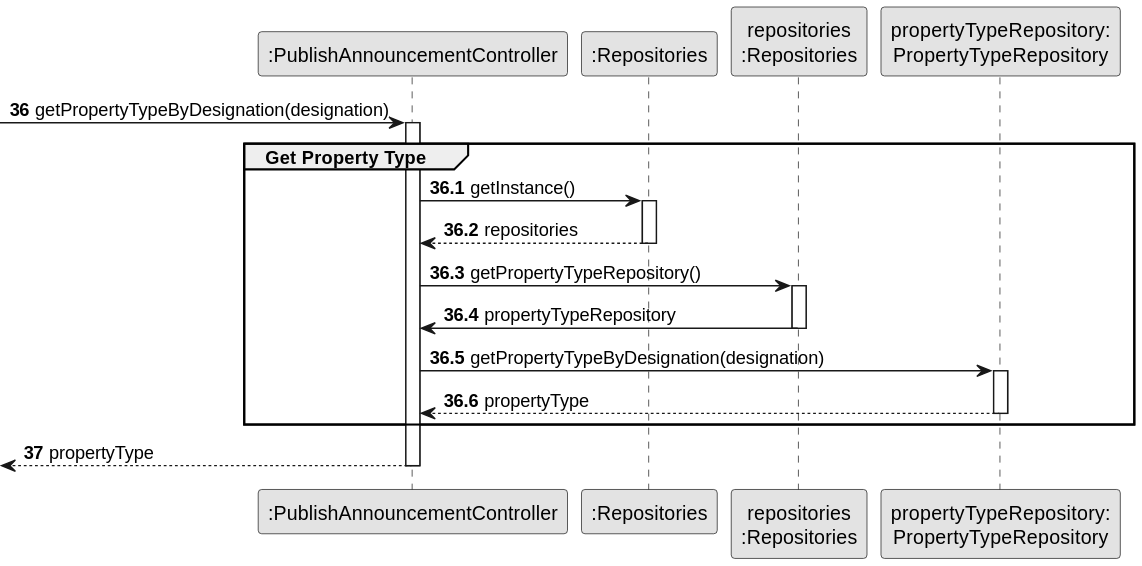
rita-barbosa/LAPR2-2223 keeps this PlantUML diagram as docs/sprintD/us002/03.design/svg/us002-sequence-diagram-partial-get-property-type.svg. Above is the earlier version. The source it was exported from:
```plantuml
@startuml
skinparam monochrome true
skinparam packageStyle rectangle
skinparam shadowing false

participant ":PublishAnnouncementController" as CTRL
participant ":Repositories" as RepositorySingleton
participant "repositories\n:Repositories" as PLAT
participant "propertyTypeRepository:\nPropertyTypeRepository" as PropertyTypeRepository

autonumber 36
-> CTRL : getPropertyTypeByDesignation(designation)

autonumber 36.1

activate CTRL
    group Get Property Type
        CTRL -> RepositorySingleton : getInstance()
        activate RepositorySingleton

            RepositorySingleton --> CTRL: repositories
        deactivate RepositorySingleton

        CTRL -> PLAT : getPropertyTypeRepository()
        activate PLAT

            PLAT -> CTRL : propertyTypeRepository
        deactivate PLAT

        CTRL -> PropertyTypeRepository : getPropertyTypeByDesignation(designation)
        activate PropertyTypeRepository

        PropertyTypeRepository --> CTRL : propertyType
        deactivate PropertyTypeRepository

    end group

    autonumber 37
    <-- CTRL : propertyType

deactivate CTRL
@enduml
```
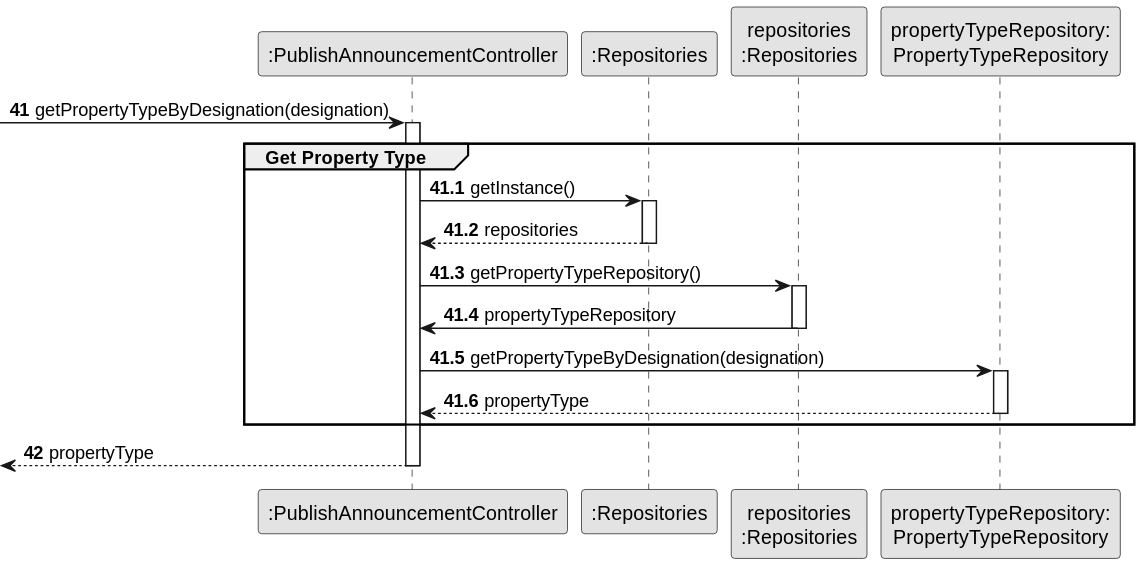
The same file after the commit.

Change to the diagram source:
```diff
@@ -8,10 +8,10 @@
 participant "repositories\n:Repositories" as PLAT
 participant "propertyTypeRepository:\nPropertyTypeRepository" as PropertyTypeRepository
 
-autonumber 36
+autonumber 41
 -> CTRL : getPropertyTypeByDesignation(designation)
 
-autonumber 36.1
+autonumber 41.1
 
 activate CTRL
     group Get Property Type
@@ -35,7 +35,7 @@
 
     end group
 
-    autonumber 37
+    autonumber 42
     <-- CTRL : propertyType
 
 deactivate CTRL
```
